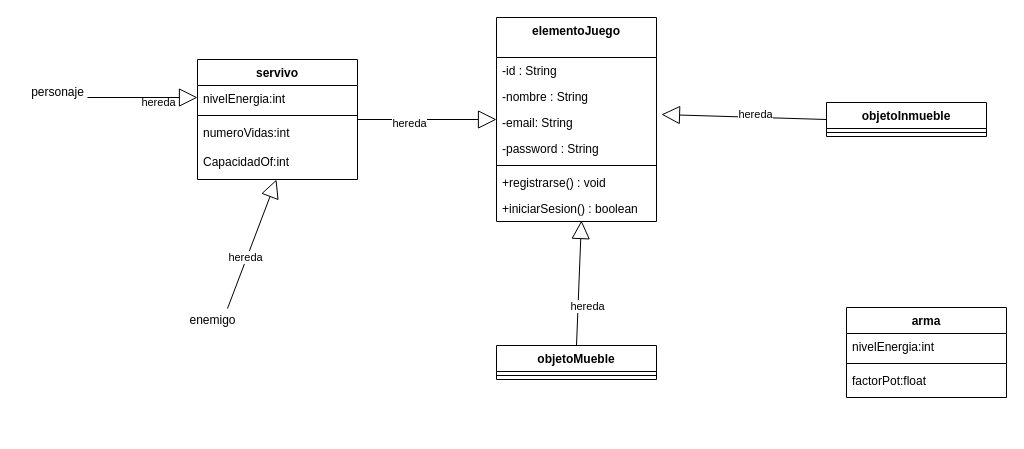
The draw.io diagram page "07-videojuegos" (7 of 9) of EntornosDeDesarrollo/TRIMESTRE2/Unidad5/solucion-actividades-diagrama-de-clases-uml.drawio in carmonalarajuan001/ApuntesEjercicios, before the edit. Source tidied: cells renumbered, new cells numbered last; positions are measured from the earlier drawing's top-left corner, leaving out a move shared by most shapes. Both pictures are drawn from the tidied source at 100%, with x=0, y=0 at pixel (17, 17).
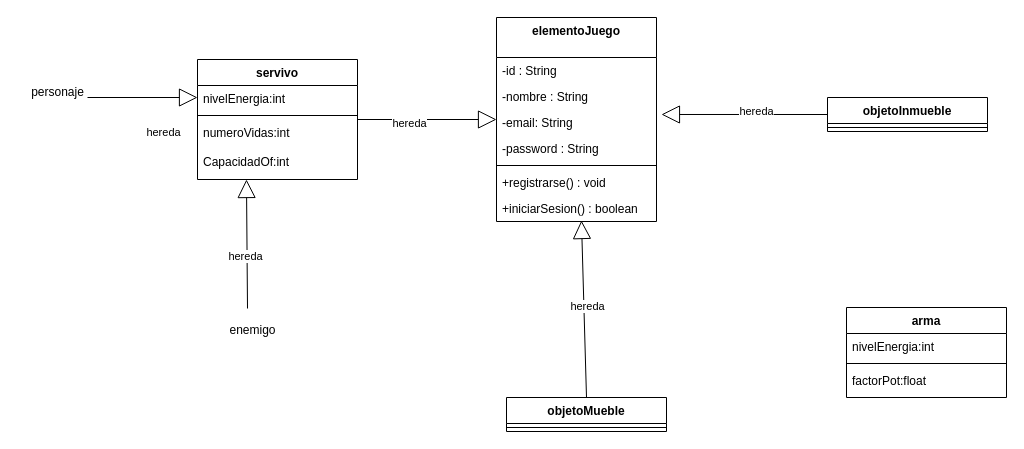
The same page after the edit.

The change refers to these unchanged cells:
```xml
<mxCell id="7" value="numeroVidas:int&lt;div&gt;&lt;br&gt;&lt;/div&gt;&lt;div&gt;CapacidadOf:int&lt;/div&gt;" style="text;strokeColor=none;fillColor=none;align=left;verticalAlign=top;spacingLeft=4;spacingRight=4;overflow=hidden;points=[[0,0.5],[1,0.5]];portConstraint=eastwest;whiteSpace=wrap;html=1;" parent="4" vertex="1">
  <mxGeometry y="60" width="160" height="60" as="geometry" />
</mxCell>
```

What changed in the source:
```diff
@@
     <mxCell id="16" value="objetoMueble" style="swimlane;fontStyle=1;align=center;verticalAlign=top;horizontal=1;startSize=26;whiteSpace=wrap;html=1;" parent="1" vertex="1">
-      <mxGeometry x="479" y="328" width="160" height="34" as="geometry" />
+      <mxGeometry x="489" y="380" width="160" height="34" as="geometry" />
     </mxCell>
@@
     <mxCell id="18" value="objetoInmueble" style="swimlane;fontStyle=1;align=center;verticalAlign=top;horizontal=1;startSize=26;whiteSpace=wrap;html=1;" parent="1" vertex="1">
-      <mxGeometry x="809" y="85" width="160" height="34" as="geometry" />
+      <mxGeometry x="810" y="80" width="160" height="34" as="geometry" />
     </mxCell>
@@
-    <mxCell id="24" style="edgeStyle=none;html=1;endArrow=block;endFill=0;strokeWidth=1;endSize=16;" parent="1" edge="1">
+    <mxCell id="24" style="edgeStyle=none;html=1;endArrow=block;endFill=0;strokeWidth=1;endSize=16;entryX=0.306;entryY=1;entryDx=0;entryDy=0;entryPerimeter=0;" parent="1" edge="1" target="7">
       <mxGeometry relative="1" as="geometry">
-        <mxPoint x="210" y="291" as="sourcePoint" />
-        <mxPoint x="259" y="162" as="targetPoint" />
+        <mxPoint x="230" y="291" as="sourcePoint" />
       </mxGeometry>
     </mxCell>
@@
     <mxCell id="27" value="enemigo" style="text;html=1;align=center;verticalAlign=middle;strokeColor=none;fillColor=none;" parent="1" vertex="1">
-      <mxGeometry x="160" y="288.2" width="70" height="30" as="geometry" />
+      <mxGeometry x="200" y="298" width="70" height="30" as="geometry" />
     </mxCell>
```
